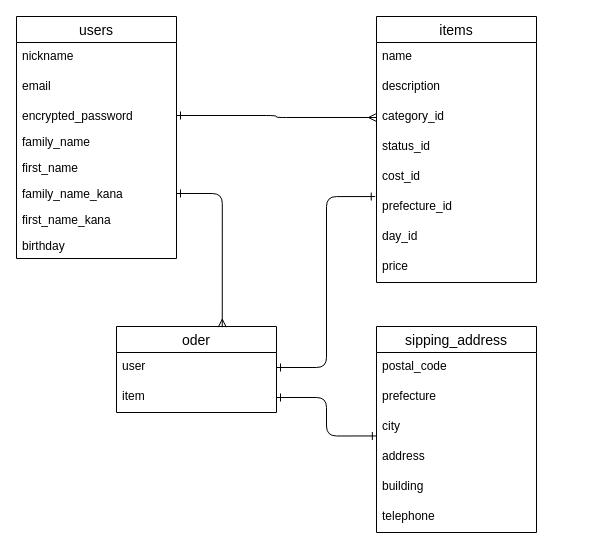
The draw.io diagram furima.dio in k7010/furima-37868, before the edit. Source tidied: cells renumbered, new cells numbered last; positions are measured from the earlier drawing's top-left corner, leaving out a move shared by most shapes. Both pictures are drawn from the tidied source at 100%, with x=0, y=0 at pixel (16, 16).
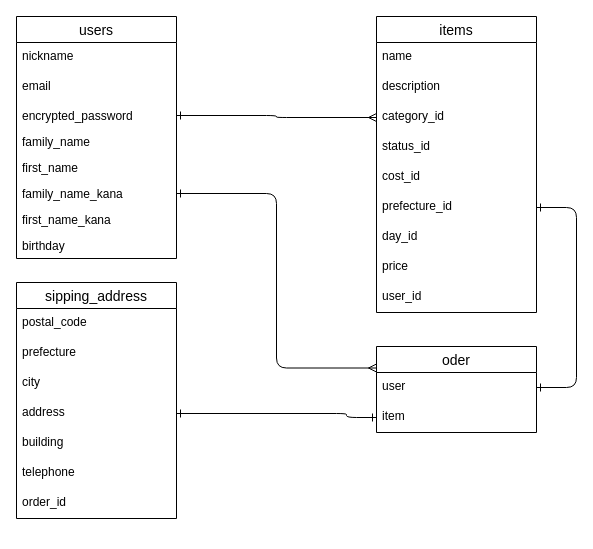
The same diagram, later.

Commit message (it also covers changes not shown here):
データベース設計の修正

Unchanged cells that the change refers to:
```xml
<mxCell id="8" value="family_name_kana" style="text;strokeColor=none;fillColor=none;spacingLeft=4;spacingRight=4;overflow=hidden;points=[[0,0.5],[1,0.5]];portConstraint=eastwest;fontSize=12;" parent="2" vertex="1">
  <mxGeometry y="164" width="160" height="26" as="geometry" />
</mxCell>
<mxCell id="14" value="city" style="text;strokeColor=none;fillColor=none;spacingLeft=4;spacingRight=4;overflow=hidden;points=[[0,0.5],[1,0.5]];portConstraint=eastwest;fontSize=12;" parent="11" vertex="1">
  <mxGeometry y="86" width="160" height="30" as="geometry" />
</mxCell>
<mxCell id="15" value="address" style="text;strokeColor=none;fillColor=none;spacingLeft=4;spacingRight=4;overflow=hidden;points=[[0,0.5],[1,0.5]];portConstraint=eastwest;fontSize=12;" parent="11" vertex="1">
  <mxGeometry y="116" width="160" height="30" as="geometry" />
</mxCell>
<mxCell id="24" value="prefecture_id" style="text;strokeColor=none;fillColor=none;spacingLeft=4;spacingRight=4;overflow=hidden;points=[[0,0.5],[1,0.5]];portConstraint=eastwest;fontSize=12;" parent="18" vertex="1">
  <mxGeometry y="176" width="160" height="30" as="geometry" />
</mxCell>
<mxCell id="28" value="user" style="text;strokeColor=none;fillColor=none;spacingLeft=4;spacingRight=4;overflow=hidden;points=[[0,0.5],[1,0.5]];portConstraint=eastwest;fontSize=12;" parent="27" vertex="1">
  <mxGeometry y="26" width="160" height="30" as="geometry" />
</mxCell>
<mxCell id="29" value="item" style="text;strokeColor=none;fillColor=none;spacingLeft=4;spacingRight=4;overflow=hidden;points=[[0,0.5],[1,0.5]];portConstraint=eastwest;fontSize=12;" parent="27" vertex="1">
  <mxGeometry y="56" width="160" height="30" as="geometry" />
</mxCell>
```

What changed in the source:
```diff
@@
     <mxCell id="11" value="sipping_address" style="swimlane;fontStyle=0;horizontal=1;startSize=26;align=center;fontSize=14;" parent="1" vertex="1">
-      <mxGeometry x="360" y="310" width="160" height="206" as="geometry" />
+      <mxGeometry y="266" width="160" height="236" as="geometry" />
     </mxCell>
@@
+    <mxCell id="34" value="order_id" style="text;strokeColor=none;fillColor=none;spacingLeft=4;spacingRight=4;overflow=hidden;fontSize=12;" parent="11" vertex="1">
+      <mxGeometry y="206" width="160" height="30" as="geometry" />
+    </mxCell>
     <mxCell id="18" value="items" style="swimlane;fontStyle=0;horizontal=1;startSize=26;align=center;fontSize=14;" parent="1" vertex="1">
-      <mxGeometry x="360" width="160" height="266" as="geometry" />
+      <mxGeometry x="360" width="160" height="296" as="geometry" />
     </mxCell>
@@
+    <mxCell id="35" value="user_id" style="text;strokeColor=none;fillColor=none;spacingLeft=4;spacingRight=4;overflow=hidden;fontSize=12;" parent="18" vertex="1">
+      <mxGeometry y="266" width="160" height="30" as="geometry" />
+    </mxCell>
     <mxCell id="27" value="oder" style="swimlane;fontStyle=0;horizontal=1;startSize=26;align=center;fontSize=14;" parent="1" vertex="1">
-      <mxGeometry x="100" y="310" width="160" height="86" as="geometry" />
+      <mxGeometry x="360" y="330" width="160" height="86" as="geometry" />
     </mxCell>
@@
-    <mxCell id="31" style="edgeStyle=orthogonalEdgeStyle;html=1;exitX=1;exitY=0.5;exitDx=0;exitDy=0;entryX=0.661;entryY=0.008;entryDx=0;entryDy=0;entryPerimeter=0;startArrow=ERone;startFill=0;endArrow=ERmany;endFill=0;strokeColor=default;" parent="1" edge="1" source="8" target="27">
+    <mxCell id="31" style="edgeStyle=orthogonalEdgeStyle;html=1;exitX=1;exitY=0.5;exitDx=0;exitDy=0;entryX=0;entryY=0.25;entryDx=0;entryDy=0;startArrow=ERone;startFill=0;endArrow=ERmany;endFill=0;strokeColor=default;" parent="1" edge="1" source="8" target="27">
       <mxGeometry relative="1" as="geometry" />
     </mxCell>
-    <mxCell id="32" style="edgeStyle=orthogonalEdgeStyle;html=1;exitX=1;exitY=0.5;exitDx=0;exitDy=0;entryX=-0.008;entryY=0.135;entryDx=0;entryDy=0;entryPerimeter=0;startArrow=ERone;startFill=0;endArrow=ERone;endFill=0;strokeColor=default;" parent="1" edge="1" source="28" target="24">
-      <mxGeometry relative="1" as="geometry" />
+    <mxCell id="32" style="edgeStyle=orthogonalEdgeStyle;html=1;exitX=1;exitY=0.5;exitDx=0;exitDy=0;startArrow=ERone;startFill=0;endArrow=ERone;endFill=0;strokeColor=default;entryX=1;entryY=0.5;entryDx=0;entryDy=0;" parent="1" edge="1" source="28" target="24">
+      <mxGeometry relative="1" as="geometry">
+        <Array as="points">
+          <mxPoint x="560" y="371" />
+          <mxPoint x="560" y="191" />
+        </Array>
+      </mxGeometry>
     </mxCell>
-    <mxCell id="33" style="edgeStyle=orthogonalEdgeStyle;html=1;exitX=1;exitY=0.5;exitDx=0;exitDy=0;entryX=-0.001;entryY=0.782;entryDx=0;entryDy=0;entryPerimeter=0;startArrow=ERone;startFill=0;endArrow=ERone;endFill=0;strokeColor=default;" parent="1" edge="1" source="29" target="14">
-      <mxGeometry relative="1" as="geometry" />
+    <mxCell id="33" style="edgeStyle=orthogonalEdgeStyle;html=1;startArrow=ERone;startFill=0;endArrow=ERone;endFill=0;strokeColor=default;exitX=0;exitY=0.5;exitDx=0;exitDy=0;entryX=1;entryY=0.5;entryDx=0;entryDy=0;" parent="1" edge="1" source="29" target="15">
+      <mxGeometry relative="1" as="geometry">
+        <Array as="points">
+          <mxPoint x="330" y="401" />
+          <mxPoint x="330" y="397" />
+        </Array>
+      </mxGeometry>
     </mxCell>
```
